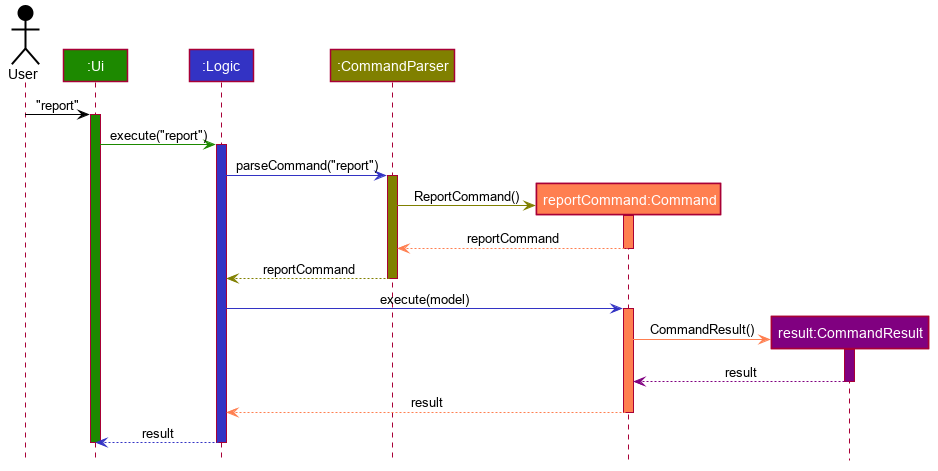
Above: images/ReportCommand.png in AY1920S1-CS2103T-W11-4/addressbook-level3 (PlantUML), before the change. Its diagram source:
```plantuml
@startuml












skinparam BackgroundColor #FFFFFFF

skinparam Shadowing false

skinparam Class {
    FontColor #FFFFFF
    BorderThickness 1
    BorderColor #FFFFFF
    StereotypeFontColor #FFFFFF
    FontName Arial
}

skinparam Actor {
    BorderColor #000000
    Color #000000
    FontName Arial
}

skinparam Sequence {
    MessageAlign center
    BoxFontSize 15
    BoxPadding 0
    BoxFontColor #FFFFFF
    FontName Arial
}

skinparam Participant {
    FontColor #FFFFFFF
    Padding 20
}

skinparam MinClassWidth 50
skinparam ParticipantPadding 10
skinparam Shadowing false
skinparam DefaultTextAlignment center
skinparam packageStyle Rectangle

hide footbox
hide members
hide circle

Actor User as user #000000
Participant ":Ui" as ui #1D8900
Participant ":Logic" as logic #3333C4
Participant ":CommandParser" as parser #Olive
Participant "reportCommand:Command" as command #Coral
Participant "result:CommandResult" as result #Purple

user -[#000000]> ui : "report"
activate ui #1D8900

ui -[#1D8900]> logic : execute("report")
activate logic #3333C4

logic -[#3333C4]> parser : parseCommand("report")
activate parser #Olive

create command
parser -[#Olive]> command : ReportCommand()
activate command #Coral

command -[#Coral]-> parser : reportCommand
deactivate command

parser -[#Olive]-> logic : reportCommand
deactivate parser

logic -[#3333C4]> command : execute(model)
activate command #Coral

create result
command -[#Coral]> result : CommandResult()
activate result #Purple

result -[#Purple]-> command : result
deactivate result

command -[#Coral]-> logic : result
deactivate command

logic -[#3333C4]-> ui : result
deactivate logic

deactivate ui
@enduml
```
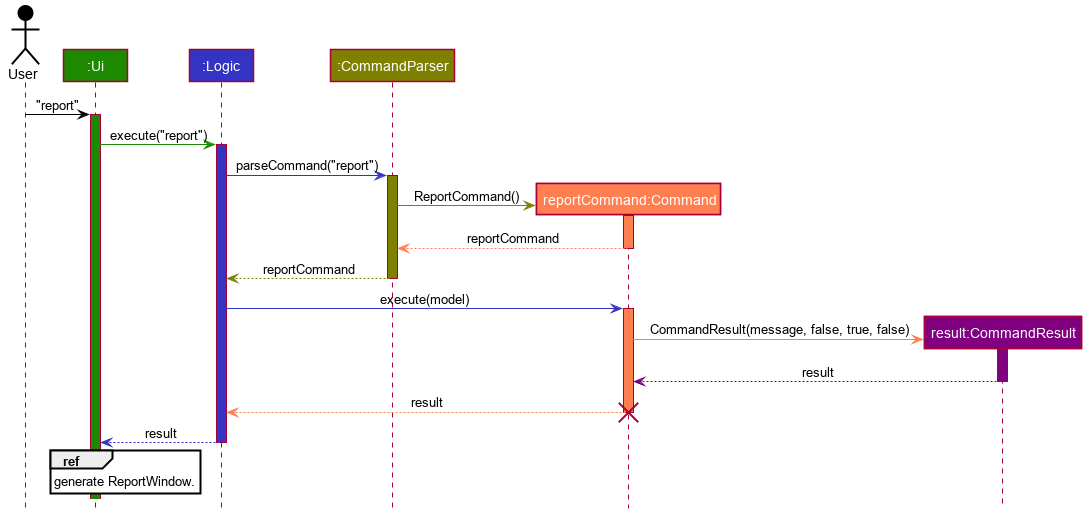
Above is the later version.

What changed in the source:
```diff
@@ -1,4 +1,7 @@
 @startuml
+
+
+
 
 
 
@@ -82,7 +85,7 @@
 activate command #Coral
 
 create result
-command -[#Coral]> result : CommandResult()
+command -[#Coral]> result : CommandResult(message, false, true, false)
 activate result #Purple
 
 result -[#Purple]-> command : result
@@ -90,9 +93,11 @@
 
 command -[#Coral]-> logic : result
 deactivate command
+destroy command
 
 logic -[#3333C4]-> ui : result
 deactivate logic
 
-deactivate ui
+ref over ui: generate ReportWindow.
+
 @enduml
```
